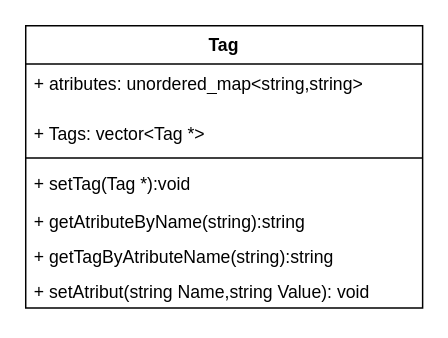
The draw.io diagram Untitled Diagram.drawio in sherlok235/IDEQT, before the edit. Source tidied: cells renumbered, new cells numbered last; positions are measured from the earlier drawing's top-left corner, leaving out a move shared by most shapes. Both pictures are drawn from the tidied source at 147%, with x=0, y=0 at pixel (25, 25).
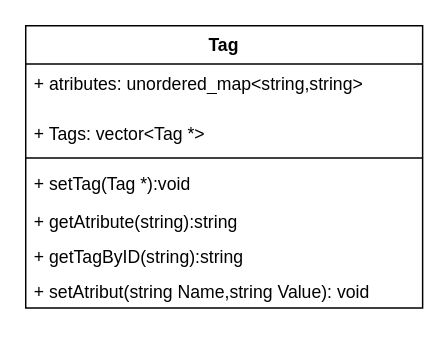
The same diagram, later.

Change to the diagram source:
```diff
@@
 <mxGraphModel>
   <root>
     <mxCell id="0" />
     <mxCell id="1" parent="0" />
     <mxCell id="2" value="Tag" style="swimlane;fontStyle=1;align=center;verticalAlign=top;horizontal=1;startSize=26;whiteSpace=wrap;html=1;" parent="1" vertex="1">
       <mxGeometry width="270" height="192" as="geometry" />
     </mxCell>
     <mxCell id="3" value="+ atributes: unordered_map&amp;lt;string,string&amp;gt;" style="text;strokeColor=none;fillColor=none;align=left;verticalAlign=top;spacingLeft=4;spacingRight=4;overflow=hidden;whiteSpace=wrap;html=1;" parent="2" vertex="1">
       <mxGeometry y="26" width="270" height="34" as="geometry" />
     </mxCell>
     <mxCell id="4" value="+ Tags: vector&amp;lt;Tag *&amp;gt;" style="text;strokeColor=none;fillColor=none;align=left;verticalAlign=top;spacingLeft=4;spacingRight=4;overflow=hidden;whiteSpace=wrap;html=1;" parent="2" vertex="1">
       <mxGeometry y="60" width="270" height="26" as="geometry" />
     </mxCell>
     <mxCell id="5" style="line;strokeWidth=1;fillColor=none;align=left;verticalAlign=middle;spacingTop=-1;spacingLeft=3;spacingRight=3;labelPosition=right;strokeColor=inherit;" parent="2" vertex="1">
       <mxGeometry y="86" width="270" height="8" as="geometry" />
     </mxCell>
     <mxCell id="6" value="+ setTag(Tag *):void" style="text;strokeColor=none;fillColor=none;align=left;verticalAlign=top;spacingLeft=4;spacingRight=4;overflow=hidden;whiteSpace=wrap;html=1;" parent="2" vertex="1">
       <mxGeometry y="94" width="270" height="26" as="geometry" />
     </mxCell>
-    <mxCell id="7" value="+ getAtributeByName(string):string" style="text;strokeColor=none;fillColor=none;align=left;verticalAlign=top;spacingLeft=4;spacingRight=4;overflow=hidden;whiteSpace=wrap;html=1;" parent="2" vertex="1">
+    <mxCell id="7" value="+ getAtribute(string):string" style="text;strokeColor=none;fillColor=none;align=left;verticalAlign=top;spacingLeft=4;spacingRight=4;overflow=hidden;whiteSpace=wrap;html=1;" parent="2" vertex="1">
       <mxGeometry y="120" width="270" height="24" as="geometry" />
     </mxCell>
-    <mxCell id="8" value="+ getTagByAtributeName(string):string" style="text;strokeColor=none;fillColor=none;align=left;verticalAlign=top;spacingLeft=4;spacingRight=4;overflow=hidden;whiteSpace=wrap;html=1;" parent="2" vertex="1">
+    <mxCell id="8" value="+ getTagByID(string):string" style="text;strokeColor=none;fillColor=none;align=left;verticalAlign=top;spacingLeft=4;spacingRight=4;overflow=hidden;whiteSpace=wrap;html=1;" parent="2" vertex="1">
       <mxGeometry y="144" width="270" height="24" as="geometry" />
     </mxCell>
     <mxCell id="9" value="+ setAtribut(string Name,string Value): void" style="text;strokeColor=none;fillColor=none;align=left;verticalAlign=top;spacingLeft=4;spacingRight=4;overflow=hidden;whiteSpace=wrap;html=1;" parent="2" vertex="1">
       <mxGeometry y="168" width="270" height="24" as="geometry" />
     </mxCell>
   </root>
 </mxGraphModel>
```
